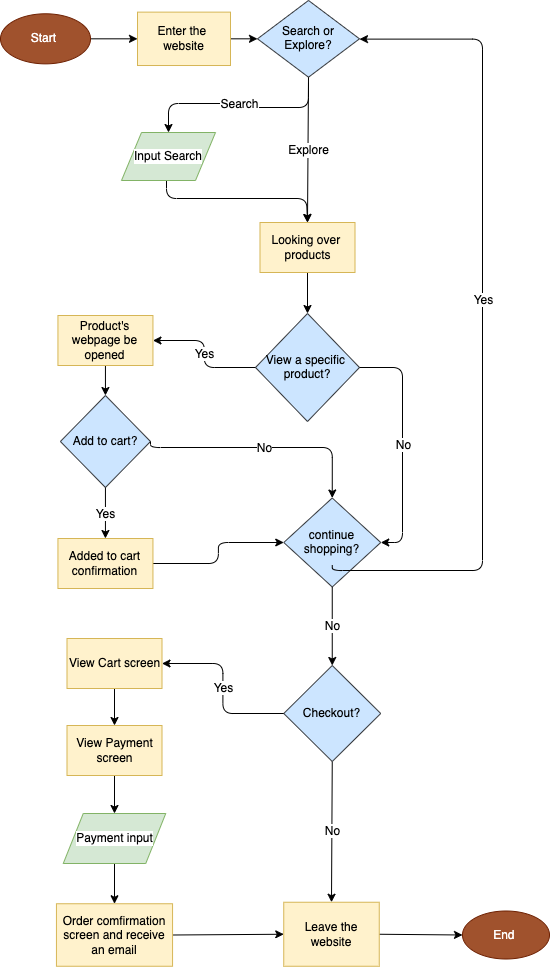
Above: explore/diagramming/diagram.drawio.png in ThanhDiemNguyen/sp23-cse110-lab4 (draw.io), before the change. Source tidied: cells renumbered, new cells last; positions are measured from the earlier drawing's top-left corner, leaving out a move shared by most shapes.
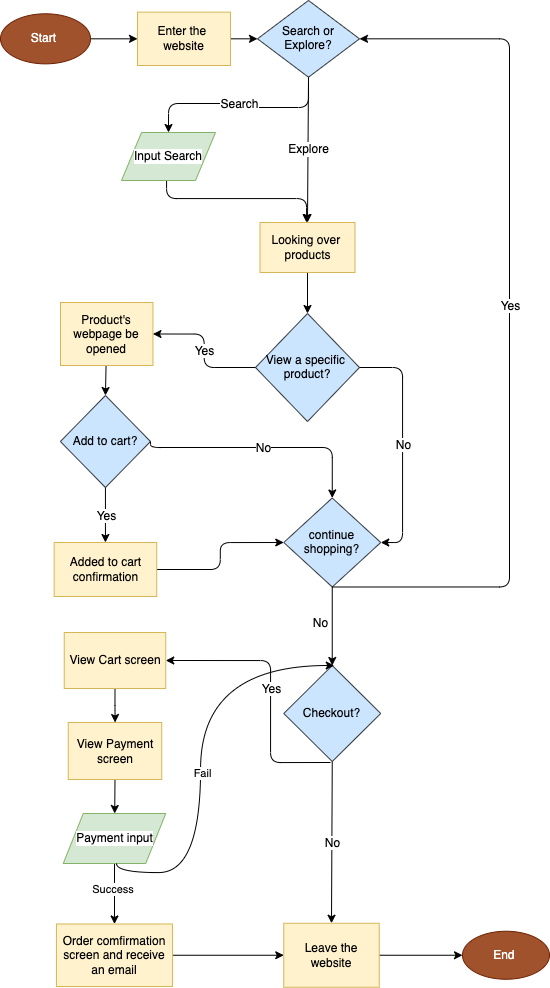
After the change.

Diff of the diagram source:
```diff
@@ -1,4 +1,4 @@
-<mxGraphModel>
+<mxGraphModel background="#ffffff">
   <root>
     <mxCell id="0" />
     <mxCell id="1" parent="0" />
@@ -63,7 +63,7 @@
       <mxGeometry relative="1" as="geometry" />
     </mxCell>
     <mxCell id="17" value="&lt;font color=&quot;#000000&quot;&gt;Product's webpage be opened&lt;/font&gt;" style="rounded=0;whiteSpace=wrap;html=1;fillColor=#fff2cc;strokeColor=#d6b656;" parent="1" vertex="1">
-      <mxGeometry x="57.4" y="315" width="95" height="50" as="geometry" />
+      <mxGeometry x="60" y="302" width="92.4" height="63" as="geometry" />
     </mxCell>
     <mxCell id="18" style="endArrow=classic;html=1;fontSize=12;fontColor=#000000;labelBackgroundColor=#FFFFFF;entryX=1;entryY=0.5;entryDx=0;entryDy=0;exitX=0;exitY=0.5;exitDx=0;exitDy=0;edgeStyle=orthogonalEdgeStyle;" parent="1" edge="1" source="15" target="17">
       <mxGeometry relative="1" as="geometry" />
@@ -93,7 +93,7 @@
       <mxGeometry relative="1" as="geometry" />
     </mxCell>
     <mxCell id="27" value="&lt;font color=&quot;#000000&quot;&gt;Added to cart confirmation&lt;/font&gt;" style="rounded=0;whiteSpace=wrap;html=1;fillColor=#fff2cc;strokeColor=#d6b656;" parent="1" vertex="1">
-      <mxGeometry x="57.4" y="538" width="95" height="50" as="geometry" />
+      <mxGeometry x="53.7" y="542" width="102.6" height="54" as="geometry" />
     </mxCell>
     <mxCell id="28" style="endArrow=classic;html=1;fontSize=12;fontColor=#000000;labelBackgroundColor=#FFFFFF;entryX=0.5;entryY=0;entryDx=0;entryDy=0;edgeStyle=orthogonalEdgeStyle;exitX=1;exitY=0.5;exitDx=0;exitDy=0;" parent="1" edge="1" source="22" target="25">
       <mxGeometry relative="1" as="geometry">
@@ -116,14 +116,11 @@
     <mxCell id="31" value="&lt;span style=&quot;background-color: rgb(255, 255, 255);&quot;&gt;No&lt;/span&gt;" style="edgeLabel;html=1;align=center;verticalAlign=middle;labelBackgroundColor=none;strokeColor=default;fontSize=12;fontColor=#000000;fillColor=default;gradientColor=none;" parent="30" vertex="1">
       <mxGeometry relative="1" as="geometry" />
     </mxCell>
-    <mxCell id="32" style="endArrow=classic;html=1;fontSize=12;fontColor=#000000;labelBackgroundColor=#FFFFFF;edgeStyle=orthogonalEdgeStyle;entryX=1;entryY=0.5;entryDx=0;entryDy=0;exitX=0.5;exitY=1;exitDx=0;exitDy=0;" parent="1" edge="1">
+    <mxCell id="32" style="endArrow=classic;html=1;fontSize=12;fontColor=#000000;labelBackgroundColor=#FFFFFF;edgeStyle=orthogonalEdgeStyle;exitX=0.5;exitY=1;exitDx=0;exitDy=0;entryX=1;entryY=0.5;entryDx=0;entryDy=0;" parent="1" edge="1" source="25" target="6">
       <mxGeometry relative="1" as="geometry">
-        <mxPoint x="331.8" y="564.5" as="sourcePoint" />
-        <mxPoint x="359" y="38.6" as="targetPoint" />
         <Array as="points">
-          <mxPoint x="332" y="570" />
-          <mxPoint x="482" y="570" />
-          <mxPoint x="482" y="39" />
+          <mxPoint x="509" y="587" />
+          <mxPoint x="509" y="38" />
         </Array>
       </mxGeometry>
     </mxCell>
@@ -136,13 +133,21 @@
       <mxGeometry relative="1" as="geometry" />
     </mxCell>
     <mxCell id="35" value="&lt;span style=&quot;background-color: rgb(255, 255, 255);&quot;&gt;No&lt;/span&gt;" style="edgeLabel;html=1;align=center;verticalAlign=middle;labelBackgroundColor=none;strokeColor=default;fontSize=12;fontColor=#000000;fillColor=default;gradientColor=none;" parent="34" vertex="1">
-      <mxGeometry relative="1" as="geometry" />
+      <mxGeometry relative="1" as="geometry">
+        <mxPoint x="-12" y="-3" as="offset" />
+      </mxGeometry>
     </mxCell>
     <mxCell id="36" value="&lt;p style=&quot;line-height: 110%;&quot;&gt;&lt;font color=&quot;#000000&quot;&gt;Checkout?&lt;/font&gt;&lt;/p&gt;" style="rhombus;whiteSpace=wrap;html=1;fillColor=#cce5ff;strokeColor=#36393d;" parent="1" vertex="1">
       <mxGeometry x="283.2" y="665" width="97" height="96" as="geometry" />
     </mxCell>
-    <mxCell id="37" style="endArrow=classic;html=1;fontSize=12;fontColor=#000000;labelBackgroundColor=#FFFFFF;exitX=0;exitY=0.5;exitDx=0;exitDy=0;entryX=1;entryY=0.5;entryDx=0;entryDy=0;edgeStyle=orthogonalEdgeStyle;" parent="1" edge="1" source="36" target="40">
-      <mxGeometry relative="1" as="geometry" />
+    <mxCell id="37" style="endArrow=classic;html=1;fontSize=12;fontColor=#000000;labelBackgroundColor=#FFFFFF;entryX=1;entryY=0.5;entryDx=0;entryDy=0;edgeStyle=orthogonalEdgeStyle;" parent="1" edge="1" target="40">
+      <mxGeometry relative="1" as="geometry">
+        <mxPoint x="330" y="762" as="sourcePoint" />
+        <Array as="points">
+          <mxPoint x="270" y="762" />
+          <mxPoint x="270" y="660" />
+        </Array>
+      </mxGeometry>
     </mxCell>
     <mxCell id="38" value="&lt;span style=&quot;background-color: rgb(255, 255, 255);&quot;&gt;Yes&lt;/span&gt;" style="edgeLabel;html=1;align=center;verticalAlign=middle;labelBackgroundColor=none;strokeColor=default;fontSize=12;fontColor=#000000;fillColor=default;gradientColor=none;" parent="37" vertex="1">
       <mxGeometry relative="1" as="geometry" />
@@ -151,17 +156,20 @@
       <mxGeometry relative="1" as="geometry" />
     </mxCell>
     <mxCell id="40" value="&lt;font color=&quot;#000000&quot;&gt;View Cart screen&lt;/font&gt;" style="rounded=0;whiteSpace=wrap;html=1;fillColor=#fff2cc;strokeColor=#d6b656;" parent="1" vertex="1">
-      <mxGeometry x="66.5" y="638" width="95" height="50" as="geometry" />
+      <mxGeometry x="63.8" y="632" width="101.5" height="56" as="geometry" />
     </mxCell>
     <mxCell id="41" style="html=1;exitX=0.5;exitY=1;exitDx=0;exitDy=0;labelBackgroundColor=#FFFFFF;fontSize=12;fontColor=#000000;" parent="1" edge="1" source="42" target="44">
       <mxGeometry relative="1" as="geometry" />
     </mxCell>
     <mxCell id="42" value="&lt;font color=&quot;#000000&quot;&gt;View Payment screen&lt;/font&gt;" style="rounded=0;whiteSpace=wrap;html=1;fillColor=#fff2cc;strokeColor=#d6b656;" parent="1" vertex="1">
-      <mxGeometry x="66.5" y="725" width="95" height="50" as="geometry" />
+      <mxGeometry x="67.8" y="722" width="93.5" height="57" as="geometry" />
     </mxCell>
     <mxCell id="43" style="edgeStyle=none;html=1;exitX=0.5;exitY=1;exitDx=0;exitDy=0;entryX=0.5;entryY=0;entryDx=0;entryDy=0;labelBackgroundColor=#FFFFFF;fontSize=12;fontColor=#000000;" parent="1" edge="1" source="44" target="46">
       <mxGeometry relative="1" as="geometry" />
     </mxCell>
+    <mxCell id="50" value="&lt;font style=&quot;background-color: rgb(255, 255, 255);&quot; color=&quot;#000000&quot;&gt;Success&amp;nbsp;&lt;/font&gt;" style="edgeLabel;html=1;align=center;verticalAlign=middle;" parent="43" vertex="1">
+      <mxGeometry x="-0.16" y="-1" relative="1" as="geometry" />
+    </mxCell>
     <mxCell id="44" value="&lt;font color=&quot;#000000&quot;&gt;Payment input&lt;/font&gt;" style="shape=parallelogram;perimeter=parallelogramPerimeter;whiteSpace=wrap;html=1;fixedSize=1;labelBackgroundColor=#FFFFFF;fontSize=12;fillColor=#d5e8d4;strokeColor=#82b366;" parent="1" vertex="1">
       <mxGeometry x="62.8" y="813" width="102.5" height="50" as="geometry" />
     </mxCell>
@@ -169,16 +177,32 @@
       <mxGeometry relative="1" as="geometry" />
     </mxCell>
     <mxCell id="46" value="&lt;font color=&quot;#000000&quot;&gt;Order comfirmation screen and receive an email&lt;/font&gt;" style="rounded=0;whiteSpace=wrap;html=1;fillColor=#fff2cc;strokeColor=#d6b656;" parent="1" vertex="1">
-      <mxGeometry x="55.9" y="903.2" width="116.1" height="62.5" as="geometry" />
+      <mxGeometry x="55.9" y="923.5" width="116.1" height="62.5" as="geometry" />
     </mxCell>
     <mxCell id="47" style="edgeStyle=none;html=1;exitX=1;exitY=0.5;exitDx=0;exitDy=0;labelBackgroundColor=#FFFFFF;fontSize=12;fontColor=#000000;" parent="1" edge="1" source="48" target="49">
       <mxGeometry relative="1" as="geometry" />
     </mxCell>
     <mxCell id="48" value="&lt;font color=&quot;#000000&quot;&gt;Leave the website&lt;/font&gt;" style="rounded=0;whiteSpace=wrap;html=1;fillColor=#fff2cc;strokeColor=#d6b656;" parent="1" vertex="1">
-      <mxGeometry x="283.2" y="901.8" width="95.5" height="64" as="geometry" />
+      <mxGeometry x="283.2" y="922.8" width="95.5" height="64" as="geometry" />
     </mxCell>
     <mxCell id="49" value="End&amp;nbsp;" style="ellipse;whiteSpace=wrap;html=1;fillColor=#a0522d;strokeColor=#6D1F00;fontColor=#ffffff;" parent="1" vertex="1">
-      <mxGeometry x="462" y="910.5" width="87" height="48" as="geometry" />
+      <mxGeometry x="462" y="930.8" width="87" height="48" as="geometry" />
     </mxCell>
+    <mxCell id="51" style="endArrow=classic;html=1;fontColor=#000000;edgeStyle=orthogonalEdgeStyle;exitX=0.5;exitY=1;exitDx=0;exitDy=0;curved=1;entryX=0.5;entryY=0;entryDx=0;entryDy=0;" parent="1" edge="1">
+      <mxGeometry relative="1" as="geometry">
+        <mxPoint x="116" y="863" as="sourcePoint" />
+        <mxPoint x="333.8" y="665" as="targetPoint" />
+        <Array as="points">
+          <mxPoint x="116" y="872" />
+          <mxPoint x="200" y="872" />
+          <mxPoint x="200" y="665" />
+        </Array>
+      </mxGeometry>
+    </mxCell>
+    <mxCell id="52" value="&lt;span style=&quot;background-color: rgb(255, 255, 255);&quot;&gt;Fail&lt;/span&gt;" style="edgeLabel;html=1;align=center;verticalAlign=middle;fontColor=#000000;" parent="51" vertex="1">
+      <mxGeometry x="0.22" y="-1" relative="1" as="geometry">
+        <mxPoint y="71" as="offset" />
+      </mxGeometry>
+    </mxCell>
   </root>
 </mxGraphModel>
```
